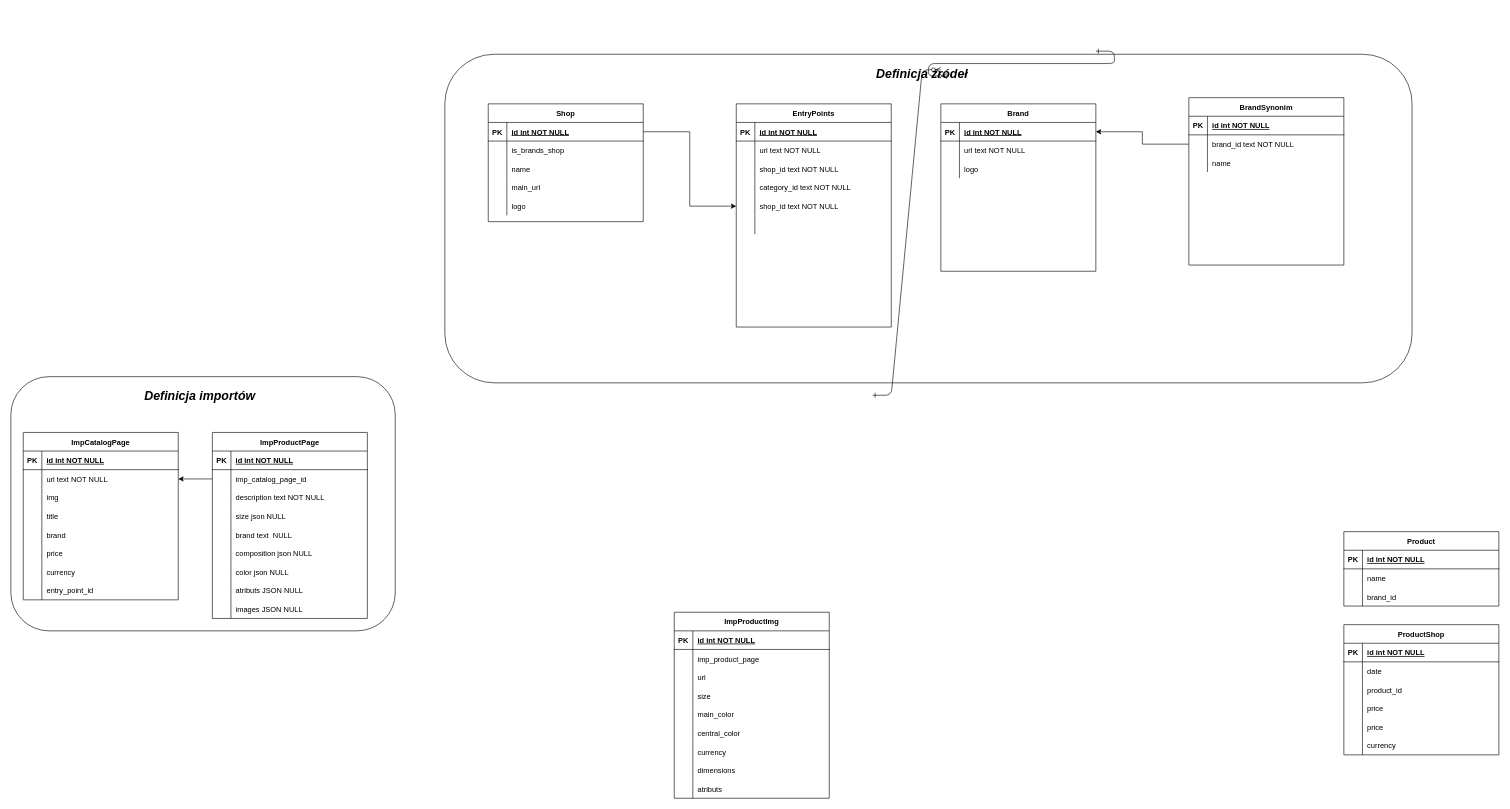
The draw.io diagram new_db_str.drawio in proozack/price, before the edit. Source tidied: cells renumbered, new cells numbered last; positions are measured from the earlier drawing's top-left corner, leaving out a move shared by most shapes. Both pictures are drawn from the tidied source at 62%, with x=0, y=0 at pixel (11, 51).
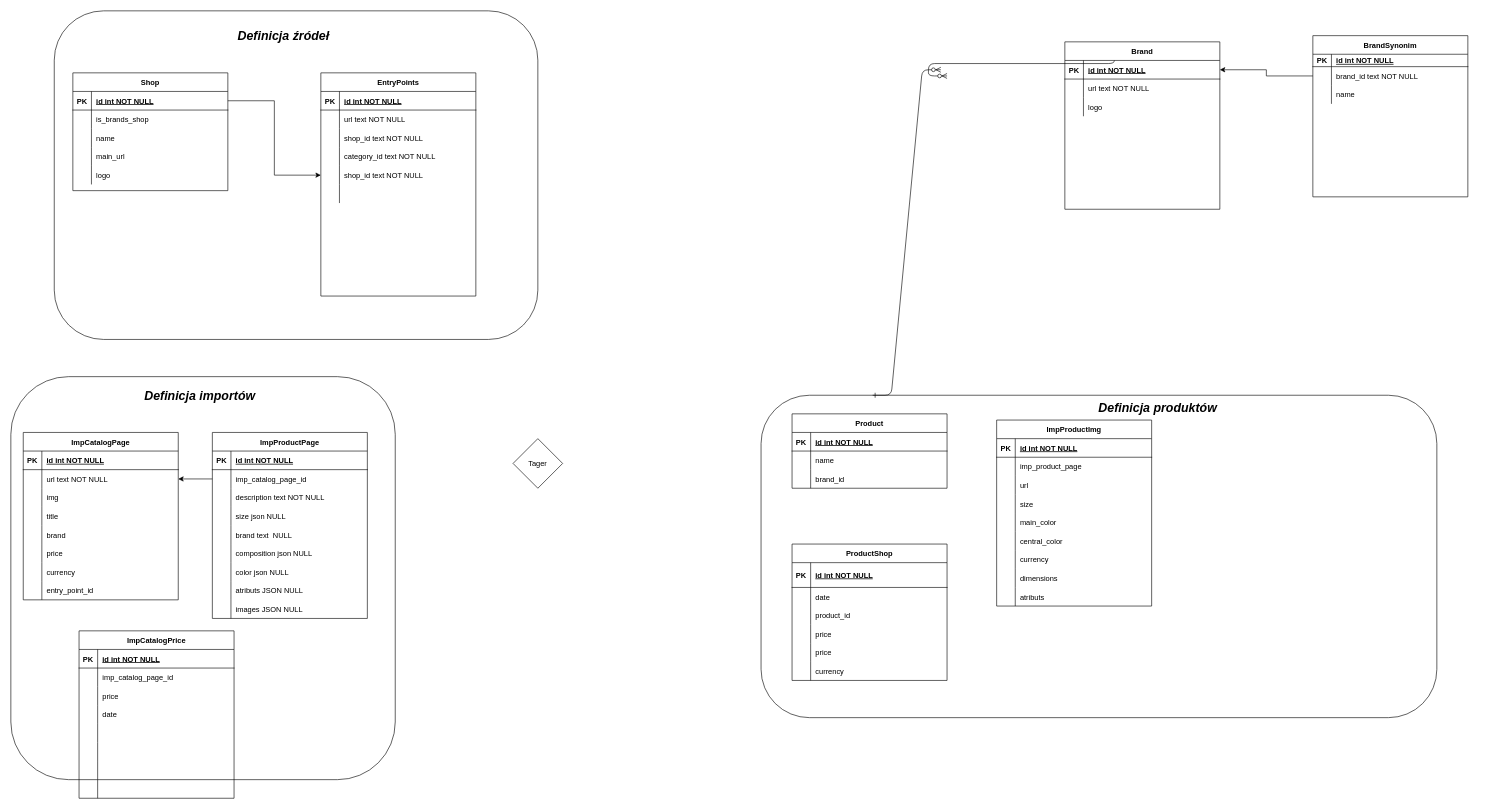
Above is the later version.

What changed in the source:
```diff
@@
+    <mxCell id="176" style="rounded=1;whiteSpace=wrap;html=1;" parent="1" vertex="1">
+      <mxGeometry x="1210" y="555" width="1090" height="520" as="geometry" />
+    </mxCell>
     <mxCell id="2" style="rounded=1;whiteSpace=wrap;html=1;" parent="1" vertex="1">
-      <mxGeometry y="525" width="620" height="410" as="geometry" />
+      <mxGeometry y="525" width="620" height="650" as="geometry" />
     </mxCell>
     <mxCell id="3" style="rounded=1;whiteSpace=wrap;html=1;" parent="1" vertex="1">
-      <mxGeometry x="700" y="5" width="1560" height="530" as="geometry" />
+      <mxGeometry x="70" y="-65" width="780" height="530" as="geometry" />
     </mxCell>
@@
     <mxCell id="6" value="EntryPoints" style="shape=table;startSize=30;childLayout=tableLayout;rowLines=0;fontStyle=1;align=center;" parent="1" vertex="1">
-      <mxGeometry x="1170" y="85" width="250" height="360" as="geometry" />
+      <mxGeometry x="500" y="35" width="250" height="360" as="geometry" />
     </mxCell>
@@
     <mxCell id="50" value="Brand" style="shape=table;startSize=30;childLayout=tableLayout;rowLines=0;fontStyle=1;align=center;" parent="1" vertex="1">
-      <mxGeometry x="1500" y="85" width="250" height="270" as="geometry" />
+      <mxGeometry x="1700" y="-15" width="250" height="270" as="geometry" />
     </mxCell>
@@
     <mxCell id="60" value="BrandSynonim" style="shape=table;startSize=30;childLayout=tableLayout;rowLines=0;fontStyle=1;align=center;" parent="1" vertex="1">
-      <mxGeometry x="1900" y="75" width="250" height="270" as="geometry" />
+      <mxGeometry x="2100" y="-25" width="250" height="260" as="geometry" />
     </mxCell>
     <mxCell id="61" style="shape=partialRectangle;fillColor=none;top=0;left=0;right=0;bottom=1;" parent="60" vertex="1">
-      <mxGeometry y="30" width="250" height="30" as="geometry" />
+      <mxGeometry y="30" width="250" height="20" as="geometry" />
     </mxCell>
     <mxCell id="62" value="PK" style="shape=partialRectangle;overflow=hidden;fillColor=none;top=0;left=0;bottom=0;right=0;fontStyle=1;" parent="61" vertex="1">
-      <mxGeometry width="30" height="30" as="geometry" />
+      <mxGeometry width="30" height="20" as="geometry" />
     </mxCell>
     <mxCell id="63" value="id int NOT NULL " style="shape=partialRectangle;overflow=hidden;fillColor=none;top=0;left=0;bottom=0;right=0;align=left;spacingLeft=6;fontStyle=5;" parent="61" vertex="1">
-      <mxGeometry x="30" width="220" height="30" as="geometry" />
+      <mxGeometry x="30" width="220" height="20" as="geometry" />
     </mxCell>
     <mxCell id="64" style="shape=partialRectangle;fillColor=none;points=[[0,0.5],[1,0.5]];portConstraint=eastwest;top=0;left=0;right=0;bottom=0;" parent="60" vertex="1">
-      <mxGeometry y="60" width="250" height="30" as="geometry" />
+      <mxGeometry y="50" width="250" height="30" as="geometry" />
     </mxCell>
@@
     <mxCell id="67" style="shape=partialRectangle;fillColor=none;top=0;left=0;right=0;bottom=0;" parent="60" vertex="1">
-      <mxGeometry y="90" width="250" height="30" as="geometry" />
+      <mxGeometry y="80" width="250" height="30" as="geometry" />
     </mxCell>
@@
     <mxCell id="71" value="Shop" style="shape=table;startSize=30;childLayout=tableLayout;rowLines=0;fontStyle=1;align=center;" parent="1" vertex="1">
-      <mxGeometry x="770" y="85" width="250" height="190" as="geometry" />
+      <mxGeometry x="100" y="35" width="250" height="190" as="geometry" />
     </mxCell>
@@
     <mxCell id="88" value="&lt;b&gt;&lt;i&gt;&lt;font style=&quot;font-size: 20px&quot;&gt;Definicja źródeł&lt;/font&gt;&lt;/i&gt;&lt;/b&gt;" style="text;html=1;strokeColor=none;fillColor=none;align=center;verticalAlign=middle;whiteSpace=wrap;rounded=0;" parent="1" vertex="1">
-      <mxGeometry x="1390" y="25" width="160" height="20" as="geometry" />
+      <mxGeometry x="360" y="-35" width="160" height="20" as="geometry" />
     </mxCell>
     <mxCell id="89" value="Product" style="shape=table;startSize=30;childLayout=tableLayout;rowLines=0;fontStyle=1;align=center;" parent="1" vertex="1">
-      <mxGeometry x="2150" y="775" width="250" height="120" as="geometry" />
+      <mxGeometry x="1260" y="585" width="250" height="120" as="geometry" />
     </mxCell>
@@
     <mxCell id="99" value="ProductShop" style="shape=table;startSize=30;childLayout=tableLayout;rowLines=0;fontStyle=1;align=center;" parent="1" vertex="1">
-      <mxGeometry x="2150" y="925" width="250" height="210" as="geometry" />
+      <mxGeometry x="1260" y="795" width="250" height="220" as="geometry" />
     </mxCell>
     <mxCell id="100" style="shape=partialRectangle;fillColor=none;top=0;left=0;right=0;bottom=1;" parent="99" vertex="1">
-      <mxGeometry y="30" width="250" height="30" as="geometry" />
+      <mxGeometry y="30" width="250" height="40" as="geometry" />
     </mxCell>
     <mxCell id="101" value="PK" style="shape=partialRectangle;overflow=hidden;fillColor=none;top=0;left=0;bottom=0;right=0;fontStyle=1;" parent="100" vertex="1">
-      <mxGeometry width="30" height="30" as="geometry" />
+      <mxGeometry width="30" height="40" as="geometry" />
     </mxCell>
     <mxCell id="102" value="id int NOT NULL " style="shape=partialRectangle;overflow=hidden;fillColor=none;top=0;left=0;bottom=0;right=0;align=left;spacingLeft=6;fontStyle=5;" parent="100" vertex="1">
-      <mxGeometry x="30" width="220" height="30" as="geometry" />
+      <mxGeometry x="30" width="220" height="40" as="geometry" />
     </mxCell>
     <mxCell id="103" style="shape=partialRectangle;fillColor=none;top=0;left=0;right=0;bottom=0;" parent="99" vertex="1">
-      <mxGeometry y="60" width="250" height="30" as="geometry" />
+      <mxGeometry y="70" width="250" height="30" as="geometry" />
     </mxCell>
@@
     <mxCell id="106" style="shape=partialRectangle;fillColor=none;top=0;left=0;right=0;bottom=0;" parent="99" vertex="1">
-      <mxGeometry y="90" width="250" height="30" as="geometry" />
+      <mxGeometry y="100" width="250" height="30" as="geometry" />
     </mxCell>
@@
     <mxCell id="109" style="shape=partialRectangle;fillColor=none;top=0;left=0;right=0;bottom=0;" parent="99" vertex="1">
-      <mxGeometry y="120" width="250" height="30" as="geometry" />
+      <mxGeometry y="130" width="250" height="30" as="geometry" />
     </mxCell>
@@
     <mxCell id="112" style="shape=partialRectangle;fillColor=none;top=0;left=0;right=0;bottom=0;" parent="99" vertex="1">
-      <mxGeometry y="150" width="250" height="30" as="geometry" />
+      <mxGeometry y="160" width="250" height="30" as="geometry" />
     </mxCell>
@@
     <mxCell id="115" style="shape=partialRectangle;fillColor=none;top=0;left=0;right=0;bottom=0;" parent="99" vertex="1">
-      <mxGeometry y="180" width="250" height="30" as="geometry" />
+      <mxGeometry y="190" width="250" height="30" as="geometry" />
     </mxCell>
@@
     <mxCell id="147" value="ImpProductImg" style="shape=table;startSize=30;childLayout=tableLayout;rowLines=0;fontStyle=1;align=center;" parent="1" vertex="1">
-      <mxGeometry x="1070" y="905" width="250" height="300" as="geometry" />
+      <mxGeometry x="1590" y="595" width="250" height="300" as="geometry" />
     </mxCell>
@@
+    <mxCell id="177" value="&lt;b&gt;&lt;i&gt;&lt;font style=&quot;font-size: 20px&quot;&gt;Definicja produktów&lt;/font&gt;&lt;/i&gt;&lt;/b&gt;" style="text;html=1;strokeColor=none;fillColor=none;align=center;verticalAlign=middle;whiteSpace=wrap;rounded=0;" parent="1" vertex="1">
+      <mxGeometry x="1690" y="565" width="320" height="20" as="geometry" />
+    </mxCell>
+    <mxCell id="178" value="Tager" style="rhombus;whiteSpace=wrap;html=1;" parent="1" vertex="1">
+      <mxGeometry x="810" y="625" width="80" height="80" as="geometry" />
+    </mxCell>
+    <mxCell id="179" value="ImpCatalogPrice" style="shape=table;startSize=30;childLayout=tableLayout;rowLines=0;fontStyle=1;align=center;" parent="1" vertex="1">
+      <mxGeometry x="110" y="935" width="250" height="270" as="geometry" />
+    </mxCell>
+    <mxCell id="180" style="shape=partialRectangle;fillColor=none;top=0;left=0;right=0;bottom=1;" parent="179" vertex="1">
+      <mxGeometry y="30" width="250" height="30" as="geometry" />
+    </mxCell>
+    <mxCell id="181" value="PK" style="shape=partialRectangle;overflow=hidden;fillColor=none;top=0;left=0;bottom=0;right=0;fontStyle=1;" parent="180" vertex="1">
+      <mxGeometry width="30" height="30" as="geometry" />
+    </mxCell>
+    <mxCell id="182" value="id int NOT NULL " style="shape=partialRectangle;overflow=hidden;fillColor=none;top=0;left=0;bottom=0;right=0;align=left;spacingLeft=6;fontStyle=5;" parent="180" vertex="1">
+      <mxGeometry x="30" width="220" height="30" as="geometry" />
+    </mxCell>
+    <mxCell id="183" style="shape=partialRectangle;fillColor=none;top=0;left=0;right=0;bottom=0;" parent="179" vertex="1">
+      <mxGeometry y="60" width="250" height="30" as="geometry" />
+    </mxCell>
+    <mxCell id="184" style="shape=partialRectangle;overflow=hidden;fillColor=none;top=0;left=0;bottom=0;right=0;" parent="183" vertex="1">
+      <mxGeometry width="30" height="30" as="geometry" />
+    </mxCell>
+    <mxCell id="185" value="imp_catalog_page_id" style="shape=partialRectangle;overflow=hidden;fillColor=none;top=0;left=0;bottom=0;right=0;align=left;spacingLeft=6;" parent="183" vertex="1">
+      <mxGeometry x="30" width="220" height="30" as="geometry" />
+    </mxCell>
+    <mxCell id="186" style="shape=partialRectangle;fillColor=none;top=0;left=0;right=0;bottom=0;" parent="179" vertex="1">
+      <mxGeometry y="90" width="250" height="30" as="geometry" />
+    </mxCell>
+    <mxCell id="187" style="shape=partialRectangle;overflow=hidden;fillColor=none;top=0;left=0;bottom=0;right=0;" parent="186" vertex="1">
+      <mxGeometry width="30" height="30" as="geometry" />
+    </mxCell>
+    <mxCell id="188" value="price" style="shape=partialRectangle;overflow=hidden;fillColor=none;top=0;left=0;bottom=0;right=0;align=left;spacingLeft=6;" parent="186" vertex="1">
+      <mxGeometry x="30" width="220" height="30" as="geometry" />
+    </mxCell>
+    <mxCell id="189" style="shape=partialRectangle;fillColor=none;top=0;left=0;right=0;bottom=0;" parent="179" vertex="1">
+      <mxGeometry y="120" width="250" height="30" as="geometry" />
+    </mxCell>
+    <mxCell id="190" style="shape=partialRectangle;overflow=hidden;fillColor=none;top=0;left=0;bottom=0;right=0;" parent="189" vertex="1">
+      <mxGeometry width="30" height="30" as="geometry" />
+    </mxCell>
+    <mxCell id="191" value="date" style="shape=partialRectangle;overflow=hidden;fillColor=none;top=0;left=0;bottom=0;right=0;align=left;spacingLeft=6;" parent="189" vertex="1">
+      <mxGeometry x="30" width="220" height="30" as="geometry" />
+    </mxCell>
+    <mxCell id="192" style="shape=partialRectangle;fillColor=none;top=0;left=0;right=0;bottom=0;" parent="179" vertex="1">
+      <mxGeometry y="150" width="250" height="30" as="geometry" />
+    </mxCell>
+    <mxCell id="193" style="shape=partialRectangle;overflow=hidden;fillColor=none;top=0;left=0;bottom=0;right=0;" parent="192" vertex="1">
+      <mxGeometry width="30" height="30" as="geometry" />
+    </mxCell>
+    <mxCell id="194" style="shape=partialRectangle;overflow=hidden;fillColor=none;top=0;left=0;bottom=0;right=0;align=left;spacingLeft=6;" parent="192" vertex="1">
+      <mxGeometry x="30" width="220" height="30" as="geometry" />
+    </mxCell>
+    <mxCell id="195" style="shape=partialRectangle;fillColor=none;top=0;left=0;right=0;bottom=0;" parent="179" vertex="1">
+      <mxGeometry y="180" width="250" height="30" as="geometry" />
+    </mxCell>
+    <mxCell id="196" style="shape=partialRectangle;overflow=hidden;fillColor=none;top=0;left=0;bottom=0;right=0;" parent="195" vertex="1">
+      <mxGeometry width="30" height="30" as="geometry" />
+    </mxCell>
+    <mxCell id="197" style="shape=partialRectangle;overflow=hidden;fillColor=none;top=0;left=0;bottom=0;right=0;align=left;spacingLeft=6;" parent="195" vertex="1">
+      <mxGeometry x="30" width="220" height="30" as="geometry" />
+    </mxCell>
+    <mxCell id="198" style="shape=partialRectangle;fillColor=none;top=0;left=0;right=0;bottom=0;" parent="179" vertex="1">
+      <mxGeometry y="210" width="250" height="30" as="geometry" />
+    </mxCell>
+    <mxCell id="199" style="shape=partialRectangle;overflow=hidden;fillColor=none;top=0;left=0;bottom=0;right=0;" parent="198" vertex="1">
+      <mxGeometry width="30" height="30" as="geometry" />
+    </mxCell>
+    <mxCell id="200" style="shape=partialRectangle;overflow=hidden;fillColor=none;top=0;left=0;bottom=0;right=0;align=left;spacingLeft=6;" parent="198" vertex="1">
+      <mxGeometry x="30" width="220" height="30" as="geometry" />
+    </mxCell>
+    <mxCell id="201" style="shape=partialRectangle;fillColor=none;top=0;left=0;right=0;bottom=0;" parent="179" vertex="1">
+      <mxGeometry y="240" width="250" height="30" as="geometry" />
+    </mxCell>
+    <mxCell id="202" style="shape=partialRectangle;overflow=hidden;fillColor=none;top=0;left=0;bottom=0;right=0;" parent="201" vertex="1">
+      <mxGeometry width="30" height="30" as="geometry" />
+    </mxCell>
+    <mxCell id="203" style="shape=partialRectangle;overflow=hidden;fillColor=none;top=0;left=0;bottom=0;right=0;align=left;spacingLeft=6;" parent="201" vertex="1">
+      <mxGeometry x="30" width="220" height="30" as="geometry" />
+    </mxCell>
```
